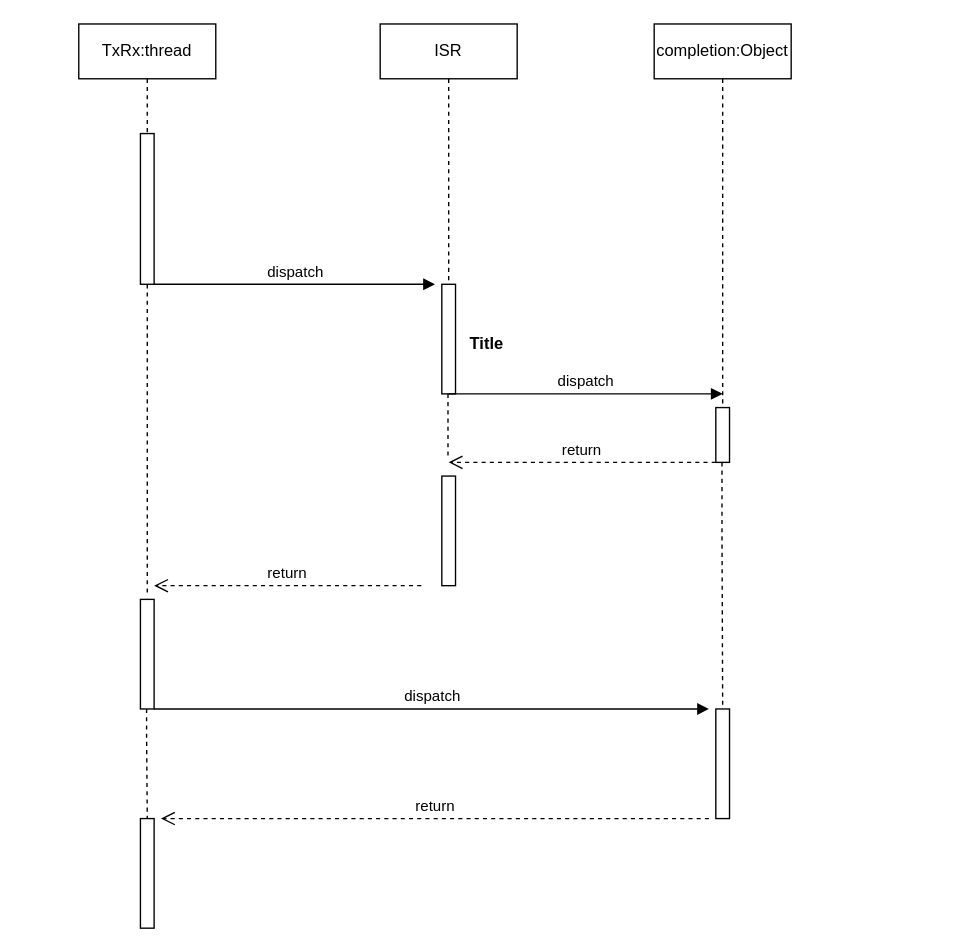
This is page "线程等待前完成传输" (3 of 4) of draw/spi&norflash.drawio from peng-fan/drawio, a draw.io file, before an edit. Source tidied: cells renumbered, new cells numbered last; positions are measured from the earlier drawing's top-left corner, leaving out a move shared by most shapes. Both pictures are drawn from the tidied source at 137%, with x=0, y=0 at pixel (78, 23).
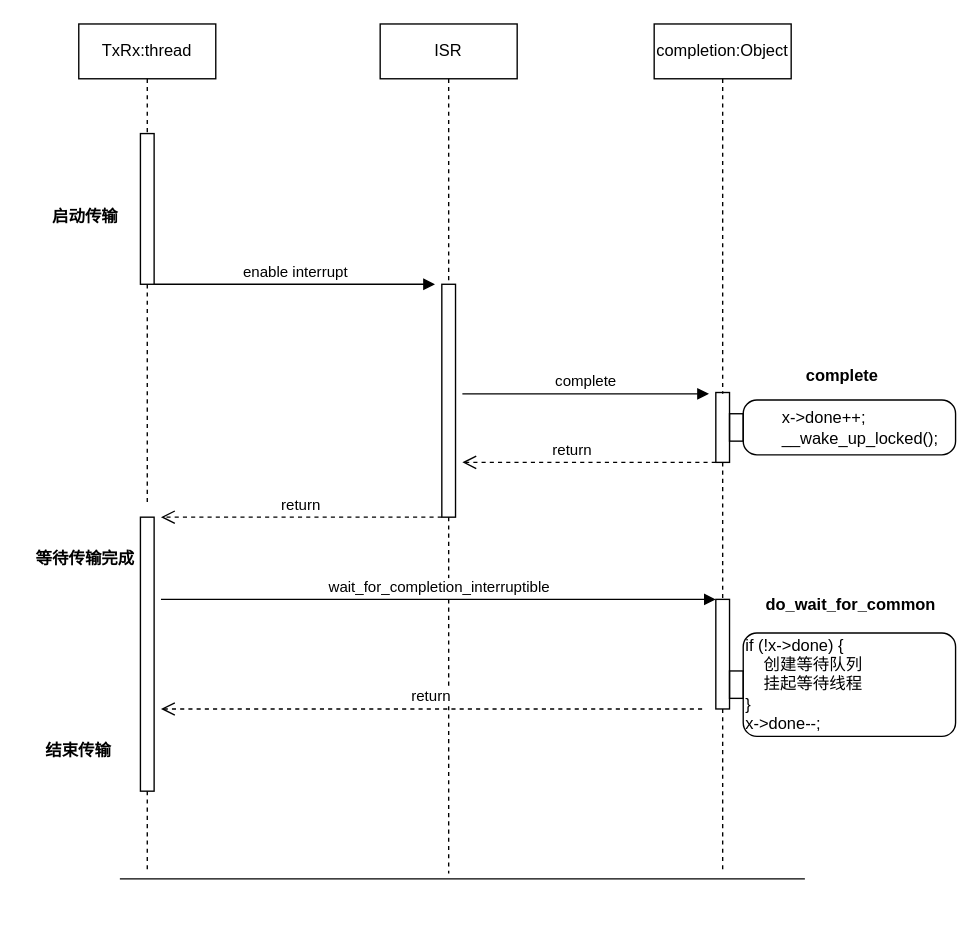
The same diagram, later.

Diff of the diagram source:
```diff
@@
-    <mxCell id="4" value="Title" style="text;align=center;fontStyle=1;verticalAlign=middle;spacingLeft=3;spacingRight=3;strokeColor=none;" parent="1" vertex="1">
-      <mxGeometry x="258" y="220" width="80" height="26" as="geometry" />
-    </mxCell>
     <mxCell id="5" style="html=1;points=[];perimeter=orthogonalPerimeter;strokeColor=#000000;fillColor=none;" parent="1" vertex="1">
-      <mxGeometry x="45" y="420" width="10" height="80" as="geometry" />
+      <mxGeometry x="45" y="360" width="10" height="200" as="geometry" />
     </mxCell>
@@
     <mxCell id="8" value="completion:Object" style="shape=umlLifeline;perimeter=lifelinePerimeter;whiteSpace=wrap;html=1;strokeColor=#000000;fillColor=none;" parent="1" vertex="1">
-      <mxGeometry x="420" width="100" height="280" as="geometry" />
+      <mxGeometry x="420" width="100" height="270" as="geometry" />
     </mxCell>
+    <mxCell id="23" style="edgeStyle=orthogonalEdgeStyle;rounded=0;jettySize=auto;html=1;entryX=0.5;entryY=0;entryDx=0;entryDy=0;entryPerimeter=0;dashed=1;endArrow=none;endFill=0;" parent="1" edge="1" source="9" target="17">
+      <mxGeometry relative="1" as="geometry" />
+    </mxCell>
     <mxCell id="9" style="html=1;points=[];perimeter=orthogonalPerimeter;strokeColor=#000000;fillColor=none;" parent="1" vertex="1">
-      <mxGeometry x="465" y="280" width="10" height="40" as="geometry" />
+      <mxGeometry x="465" y="269" width="10" height="51" as="geometry" />
     </mxCell>
     <mxCell id="10" value="return" style="html=1;verticalAlign=bottom;endArrow=open;dashed=1;endSize=8;" parent="1" edge="1">
-      <mxGeometry relative="1" as="geometry">
+      <mxGeometry x="0.14" relative="1" as="geometry">
         <mxPoint x="465" y="320" as="sourcePoint" />
-        <mxPoint x="270" y="320" as="targetPoint" />
+        <mxPoint x="280" y="320" as="targetPoint" />
       </mxGeometry>
     </mxCell>
-    <mxCell id="11" value="dispatch" style="html=1;verticalAlign=bottom;endArrow=block;" parent="1" edge="1">
+    <mxCell id="11" value="enable interrupt" style="html=1;verticalAlign=bottom;endArrow=block;" parent="1" edge="1">
       <mxGeometry relative="1" as="geometry">
         <mxPoint x="55" y="190" as="sourcePoint" />
         <mxPoint x="260" y="190" as="targetPoint" />
       </mxGeometry>
     </mxCell>
     <mxCell id="12" style="html=1;perimeter=orthogonalPerimeter;strokeColor=#000000;fillColor=none;" parent="1" vertex="1">
-      <mxGeometry x="265" y="190" width="10" height="80" as="geometry" />
+      <mxGeometry x="265" y="190" width="10" height="170" as="geometry" />
     </mxCell>
-    <mxCell id="13" value="dispatch" style="html=1;verticalAlign=bottom;endArrow=block;" parent="1" edge="1">
+    <mxCell id="13" value="complete" style="html=1;verticalAlign=bottom;endArrow=block;" parent="1" edge="1">
       <mxGeometry relative="1" as="geometry">
-        <mxPoint x="270" y="270" as="sourcePoint" />
-        <mxPoint x="470" y="270" as="targetPoint" />
+        <mxPoint x="280" y="270" as="sourcePoint" />
+        <mxPoint x="460" y="270" as="targetPoint" />
       </mxGeometry>
     </mxCell>
-    <mxCell id="14" style="edgeStyle=orthogonalEdgeStyle;rounded=0;orthogonalLoop=1;jettySize=auto;html=1;endArrow=none;endFill=0;dashed=1;entryX=0.5;entryY=-0.05;entryDx=0;entryDy=0;entryPerimeter=0;" parent="1" edge="1">
-      <mxGeometry relative="1" as="geometry">
-        <mxPoint x="269.5" y="270" as="sourcePoint" />
-        <mxPoint x="269.5" y="316" as="targetPoint" />
-      </mxGeometry>
-    </mxCell>
-    <mxCell id="15" style="html=1;perimeter=orthogonalPerimeter;strokeColor=#000000;fillColor=none;" parent="1" vertex="1">
-      <mxGeometry x="265" y="330" width="10" height="80" as="geometry" />
-    </mxCell>
+    <mxCell id="24" style="edgeStyle=orthogonalEdgeStyle;rounded=0;orthogonalLoop=1;jettySize=auto;html=1;dashed=1;endArrow=none;endFill=0;" parent="1" edge="1">
+      <mxGeometry relative="1" as="geometry">
+        <mxPoint x="270" y="360" as="sourcePoint" />
+        <mxPoint x="270" y="620" as="targetPoint" />
+      </mxGeometry>
+    </mxCell>
     <mxCell id="16" value="return" style="html=1;verticalAlign=bottom;endArrow=open;dashed=1;endSize=8;" parent="1" edge="1">
       <mxGeometry relative="1" as="geometry">
-        <mxPoint x="250" y="410" as="sourcePoint" />
-        <mxPoint x="55" y="410" as="targetPoint" />
+        <mxPoint x="265" y="360" as="sourcePoint" />
+        <mxPoint x="60" y="360" as="targetPoint" />
       </mxGeometry>
     </mxCell>
+    <mxCell id="25" style="edgeStyle=orthogonalEdgeStyle;rounded=0;jettySize=auto;html=1;dashed=1;endArrow=none;endFill=0;" parent="1" edge="1" source="17">
+      <mxGeometry relative="1" as="geometry">
+        <mxPoint x="470" y="620" as="targetPoint" />
+      </mxGeometry>
+    </mxCell>
     <mxCell id="17" style="html=1;points=[];perimeter=orthogonalPerimeter;strokeColor=#000000;fillColor=none;" parent="1" vertex="1">
-      <mxGeometry x="465" y="500" width="10" height="80" as="geometry" />
+      <mxGeometry x="465" y="420" width="10" height="80" as="geometry" />
     </mxCell>
-    <mxCell id="18" style="edgeStyle=orthogonalEdgeStyle;rounded=0;orthogonalLoop=1;jettySize=auto;html=1;endArrow=none;endFill=0;dashed=1;" parent="1" edge="1">
-      <mxGeometry relative="1" as="geometry">
-        <mxPoint x="469.5" y="320" as="sourcePoint" />
-        <mxPoint x="470" y="500" as="targetPoint" />
-        <Array as="points">
-          <mxPoint x="470" y="370" />
-          <mxPoint x="470" y="370" />
-        </Array>
-      </mxGeometry>
-    </mxCell>
     <mxCell id="19" value="return" style="html=1;verticalAlign=bottom;endArrow=open;dashed=1;endSize=8;" parent="1" edge="1">
       <mxGeometry relative="1" as="geometry">
-        <mxPoint x="460" y="580" as="sourcePoint" />
-        <mxPoint x="60" y="580" as="targetPoint" />
+        <mxPoint x="455" y="500" as="sourcePoint" />
+        <mxPoint x="60" y="500" as="targetPoint" />
       </mxGeometry>
     </mxCell>
-    <mxCell id="20" value="dispatch" style="html=1;verticalAlign=bottom;endArrow=block;" parent="1" edge="1">
+    <mxCell id="20" value="wait_for_completion_interruptible" style="html=1;verticalAlign=bottom;endArrow=block;" parent="1" edge="1">
       <mxGeometry relative="1" as="geometry">
-        <mxPoint x="55" y="500" as="sourcePoint" />
-        <mxPoint x="460" y="500" as="targetPoint" />
+        <mxPoint x="60" y="420" as="sourcePoint" />
+        <mxPoint x="465" y="420" as="targetPoint" />
       </mxGeometry>
     </mxCell>
-    <mxCell id="21" style="edgeStyle=orthogonalEdgeStyle;rounded=0;orthogonalLoop=1;jettySize=auto;html=1;endArrow=none;endFill=0;dashed=1;" parent="1" edge="1">
-      <mxGeometry relative="1" as="geometry">
-        <mxPoint x="49.5" y="500" as="sourcePoint" />
-        <mxPoint x="50" y="580" as="targetPoint" />
-        <Array as="points">
-          <mxPoint x="50" y="520" />
-          <mxPoint x="50" y="520" />
-        </Array>
-      </mxGeometry>
-    </mxCell>
-    <mxCell id="22" style="html=1;perimeter=orthogonalPerimeter;strokeColor=#000000;fillColor=none;" parent="1" vertex="1">
-      <mxGeometry x="45" y="580" width="10" height="80" as="geometry" />
-    </mxCell>
+    <mxCell id="26" style="edgeStyle=orthogonalEdgeStyle;rounded=0;orthogonalLoop=1;jettySize=auto;html=1;dashed=1;endArrow=none;endFill=0;" parent="1" edge="1">
+      <mxGeometry relative="1" as="geometry">
+        <mxPoint x="50" y="560" as="sourcePoint" />
+        <mxPoint x="50" y="620" as="targetPoint" />
+      </mxGeometry>
+    </mxCell>
+    <mxCell id="27" value="启动传输" style="text;align=center;fontStyle=1;verticalAlign=middle;spacingLeft=3;spacingRight=3;strokeColor=none;fillColor=none;" parent="1" vertex="1">
+      <mxGeometry x="-35" y="127" width="80" height="26" as="geometry" />
+    </mxCell>
+    <mxCell id="28" value="complete" style="text;align=center;fontStyle=1;verticalAlign=middle;spacingLeft=3;spacingRight=3;strokeColor=none;fillColor=none;" parent="1" vertex="1">
+      <mxGeometry x="517.5" y="243" width="80" height="26" as="geometry" />
+    </mxCell>
+    <mxCell id="29" value="&lt;div&gt;&amp;nbsp; &amp;nbsp; &amp;nbsp; &amp;nbsp; x-&amp;gt;done++;&lt;/div&gt;&lt;div&gt;&amp;nbsp; &amp;nbsp; &amp;nbsp; &amp;nbsp; __wake_up_locked();&lt;/div&gt;" style="shape=mxgraph.uml25.action;html=1;align=left;verticalAlign=middle;absoluteArcSize=1;arcSize=10;dashed=0;spacingLeft=10;flipH=1;strokeColor=#000000;fillColor=none;" parent="1" vertex="1">
+      <mxGeometry x="475" y="274.5" width="165" height="40" as="geometry" />
+    </mxCell>
+    <mxCell id="30" value="等待传输完成" style="text;align=center;fontStyle=1;verticalAlign=middle;spacingLeft=3;spacingRight=3;strokeColor=none;fillColor=none;" parent="1" vertex="1">
+      <mxGeometry x="-35" y="377" width="80" height="26" as="geometry" />
+    </mxCell>
+    <mxCell id="31" style="line;strokeWidth=1;fillColor=none;align=left;verticalAlign=middle;spacingTop=-1;spacingLeft=3;spacingRight=3;labelPosition=right;" parent="1" vertex="1">
+      <mxGeometry x="30" y="620" width="500" height="8" as="geometry" />
+    </mxCell>
+    <mxCell id="32" value="结束传输" style="text;align=center;fontStyle=1;verticalAlign=middle;spacingLeft=3;spacingRight=3;strokeColor=none;fillColor=none;" parent="1" vertex="1">
+      <mxGeometry x="-40" y="517" width="80" height="26" as="geometry" />
+    </mxCell>
+    <mxCell id="33" value="if (!x-&amp;gt;done) {&lt;br&gt;&amp;nbsp; &amp;nbsp; 创建等待队列&lt;br&gt;&amp;nbsp; &amp;nbsp; 挂起等待线程&lt;br&gt;}&lt;br&gt;x-&amp;gt;done--;" style="shape=mxgraph.uml25.action;html=1;align=left;verticalAlign=middle;absoluteArcSize=1;arcSize=10;dashed=0;spacingLeft=10;flipH=1;strokeColor=#000000;fillColor=none;" parent="1" vertex="1">
+      <mxGeometry x="475" y="444.5" width="165" height="75.5" as="geometry" />
+    </mxCell>
+    <mxCell id="34" value="do_wait_for_common" style="text;align=center;fontStyle=1;verticalAlign=middle;spacingLeft=3;spacingRight=3;strokeColor=none;fillColor=none;" parent="1" vertex="1">
+      <mxGeometry x="487.5" y="410" width="152.5" height="26" as="geometry" />
+    </mxCell>
```
